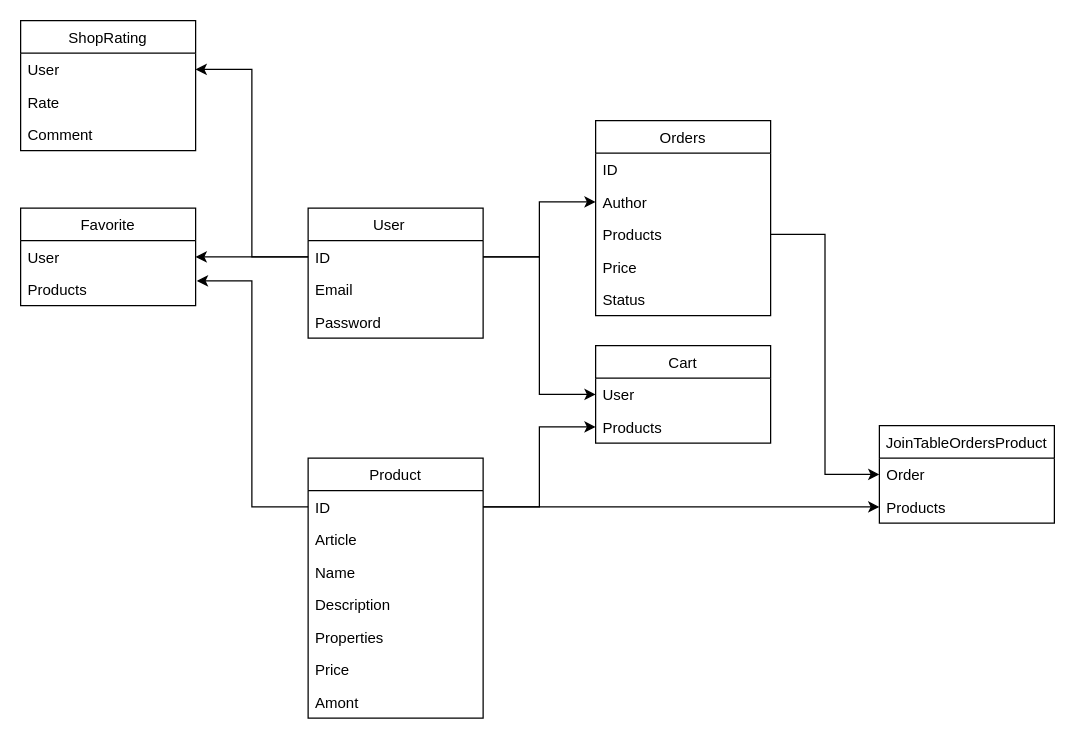
Earlier version of the draw.io diagram nenavalniy.drawio (MiKaMoRe/nenavalniy). Source tidied: cells renumbered, new cells numbered last; positions are measured from the earlier drawing's top-left corner, leaving out a move shared by most shapes. Both pictures are drawn from the tidied source at 125%, with x=0, y=0 at pixel (20, 20).
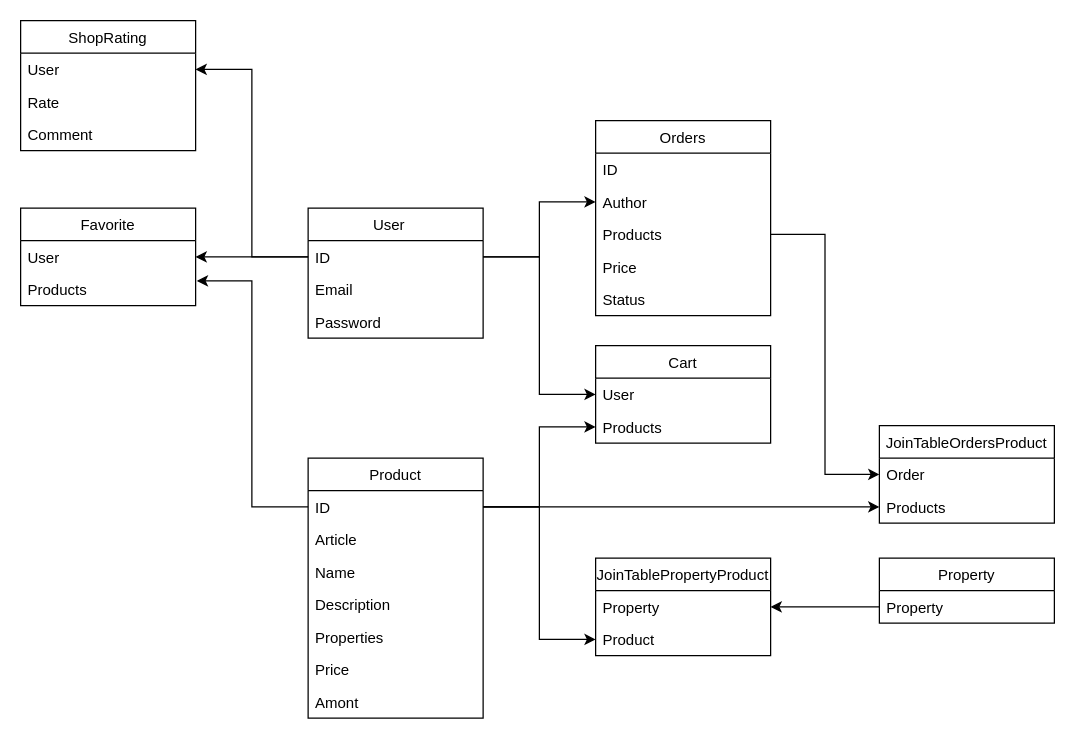
The same page after the edit.

Commit message:
Update nenavalniy.drawio add product properties

The change refers to these unchanged cells:
```xml
<mxCell id="13" value="ID" style="text;strokeColor=none;fillColor=none;align=left;verticalAlign=top;spacingLeft=4;spacingRight=4;overflow=hidden;points=[[0,0.5],[1,0.5]];portConstraint=eastwest;" parent="12" vertex="1">
  <mxGeometry y="26" width="140" height="26" as="geometry" />
</mxCell>
```

The edit, as a diff of the source:
```diff
@@
+    <mxCell id="41" value="Property" style="swimlane;fontStyle=0;horizontal=1;startSize=26;" parent="1" vertex="1">
+      <mxGeometry x="687" y="430" width="140" height="52" as="geometry" />
+    </mxCell>
+    <mxCell id="42" value="Property" style="text;strokeColor=none;fillColor=none;align=left;verticalAlign=top;spacingLeft=4;spacingRight=4;overflow=hidden;points=[[0,0.5],[1,0.5]];portConstraint=eastwest;" parent="41" vertex="1">
+      <mxGeometry y="26" width="140" height="26" as="geometry" />
+    </mxCell>
+    <mxCell id="43" value="JoinTablePropertyProduct" style="swimlane;fontStyle=0;horizontal=1;startSize=26;" parent="1" vertex="1">
+      <mxGeometry x="460" y="430" width="140" height="78" as="geometry" />
+    </mxCell>
+    <mxCell id="44" value="Property" style="text;strokeColor=none;fillColor=none;align=left;verticalAlign=top;spacingLeft=4;spacingRight=4;overflow=hidden;points=[[0,0.5],[1,0.5]];portConstraint=eastwest;" parent="43" vertex="1">
+      <mxGeometry y="26" width="140" height="26" as="geometry" />
+    </mxCell>
+    <mxCell id="45" value="Product" style="text;strokeColor=none;fillColor=none;align=left;verticalAlign=top;spacingLeft=4;spacingRight=4;overflow=hidden;points=[[0,0.5],[1,0.5]];portConstraint=eastwest;" parent="43" vertex="1">
+      <mxGeometry y="52" width="140" height="26" as="geometry" />
+    </mxCell>
+    <mxCell id="46" style="edgeStyle=orthogonalEdgeStyle;rounded=0;jettySize=auto;html=1;" parent="1" edge="1" source="42" target="44">
+      <mxGeometry relative="1" as="geometry" />
+    </mxCell>
+    <mxCell id="47" style="edgeStyle=orthogonalEdgeStyle;rounded=0;jettySize=auto;html=1;" parent="1" edge="1" source="13" target="45">
+      <mxGeometry relative="1" as="geometry" />
+    </mxCell>
```
